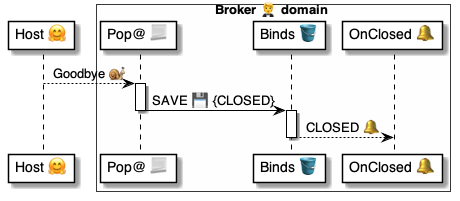
The PlantUML diagram 4 ⚙️ Solution/20 🧑‍🦰 UI/Brokers 🤵/🤵🪣 Broker tables/Chats 💬 table/🪣🔔 7 Closed/🤵 OnChatClosed ⚙️ uml.png in pollyweb-org/pollyweb-docs, before a commit. Its source is kept beside it as 4 ⚙️ Solution/20 🧑‍🦰 UI/Brokers 🤵/🤵🪣 Broker tables/Chats 💬 table/🪣🔔 7 Closed/🤵 OnChatClosed ⚙️ uml.puml.
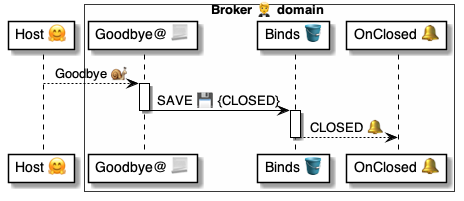
The same diagram one commit later.

Change to the diagram source:
```diff
@@ -3,7 +3,7 @@
 participant "Host 🤗" as host
 
 box Broker 🤵 domain #FFFFFA
-    participant "Pop@ 📃" as script
+    participant "Goodbye@ 📃" as script
     participant "Binds 🪣" as binds
     participant "OnClosed 🔔" as handler
 end box
```
